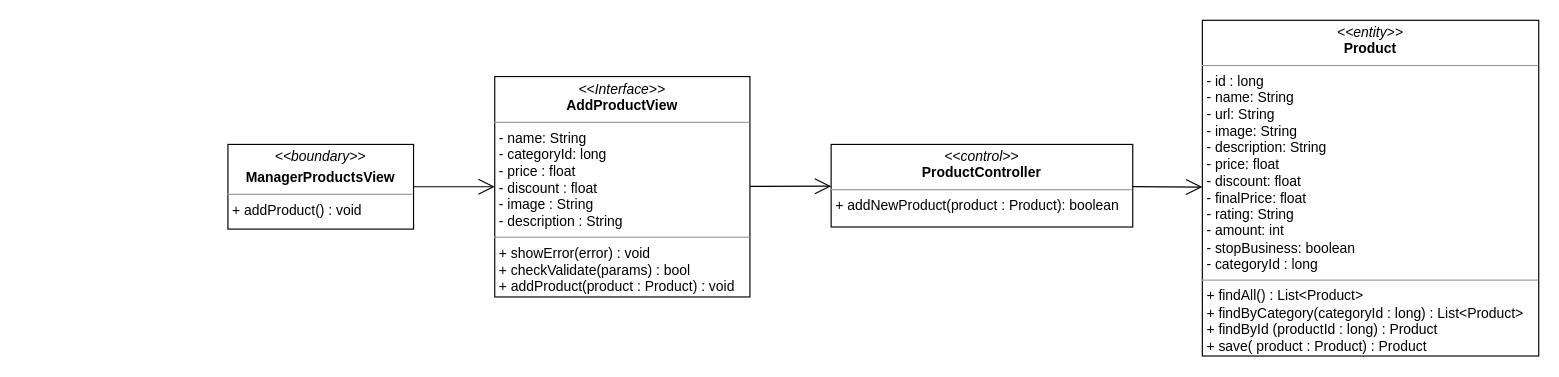
nguyenphamvan/datn_20202 keeps this draw.io diagram as class diagram/manager-add-product-class-diagram.drawio. Above is the earlier version. Source tidied: cells renumbered, new cells numbered last; positions are measured from the earlier drawing's top-left corner, leaving out a move shared by most shapes. Both pictures are drawn from the tidied source at 116%, with x=0, y=0 at pixel (227, 20).
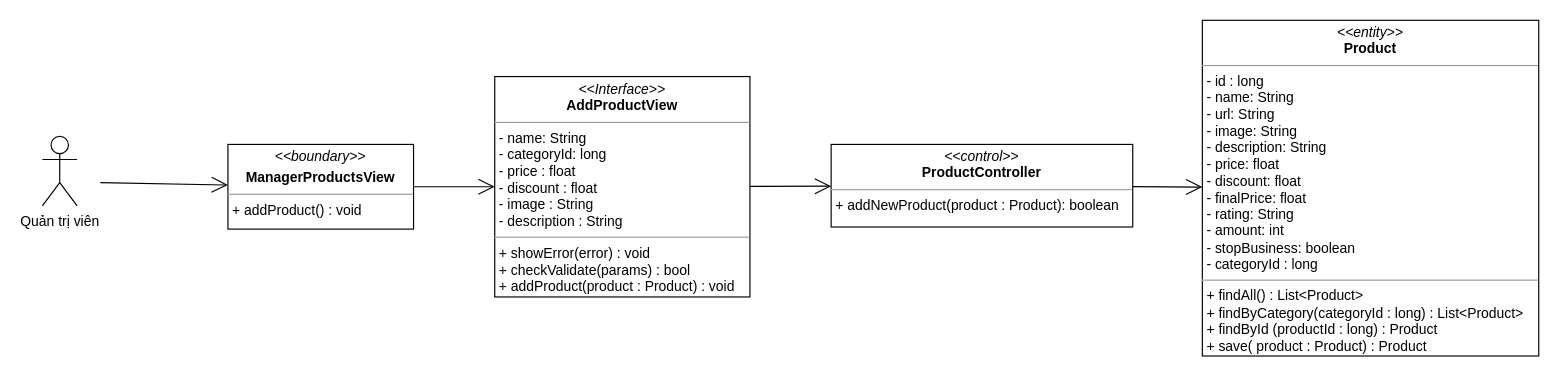
After the change.

Diff of the diagram source:
```diff
@@
 <mxGraphModel>
   <root>
     <mxCell id="0" />
     <mxCell id="1" parent="0" />
     <mxCell id="2" value="&lt;p style=&quot;margin: 0px ; margin-top: 4px ; text-align: center&quot;&gt;&lt;i&gt;&amp;lt;&amp;lt;boundary&amp;gt;&amp;gt;&lt;/i&gt;&lt;/p&gt;&lt;p style=&quot;margin: 0px ; margin-top: 4px ; text-align: center&quot;&gt;&lt;b&gt;ManagerProductsView&lt;/b&gt;&lt;/p&gt;&lt;hr size=&quot;1&quot;&gt;&lt;p style=&quot;margin: 0px ; margin-left: 4px&quot;&gt;&lt;span&gt;+ addProduct() : void&lt;/span&gt;&lt;/p&gt;" style="verticalAlign=top;align=left;overflow=fill;fontSize=12;fontFamily=Helvetica;html=1;" parent="1" vertex="1">
       <mxGeometry y="107" width="160" height="73" as="geometry" />
     </mxCell>
     <mxCell id="3" style="endArrow=open;endFill=1;endSize=12;html=1;exitX=1;exitY=0.5;exitDx=0;exitDy=0;" parent="1" edge="1" source="2" target="7">
       <mxGeometry relative="1" as="geometry" />
     </mxCell>
     <mxCell id="4" value="&lt;p style=&quot;margin: 0px ; margin-top: 4px ; text-align: center&quot;&gt;&lt;i&gt;&amp;lt;&amp;lt;control&amp;gt;&amp;gt;&lt;/i&gt;&lt;br&gt;&lt;b&gt;ProductController&lt;/b&gt;&lt;/p&gt;&lt;hr size=&quot;1&quot;&gt;&lt;p style=&quot;margin: 0px ; margin-left: 4px&quot;&gt;+ addNewProduct(product : Product): boolean&lt;br&gt;&lt;/p&gt;" style="verticalAlign=top;align=left;overflow=fill;fontSize=12;fontFamily=Helvetica;html=1;" parent="1" vertex="1">
       <mxGeometry x="520" y="107" width="260" height="71.2" as="geometry" />
     </mxCell>
     <mxCell id="5" value="&lt;p style=&quot;margin: 0px ; margin-top: 4px ; text-align: center&quot;&gt;&lt;i&gt;&amp;lt;&amp;lt;entity&amp;gt;&amp;gt;&lt;/i&gt;&lt;br&gt;&lt;b&gt;Product&lt;/b&gt;&lt;/p&gt;&lt;hr size=&quot;1&quot;&gt;&lt;p style=&quot;margin: 0px ; margin-left: 4px&quot;&gt;- id : long&lt;/p&gt;&lt;p style=&quot;margin: 0px ; margin-left: 4px&quot;&gt;- name: String&lt;br&gt;- url: String&lt;/p&gt;&lt;p style=&quot;margin: 0px ; margin-left: 4px&quot;&gt;- image: String&lt;/p&gt;&lt;p style=&quot;margin: 0px ; margin-left: 4px&quot;&gt;- description: String&lt;/p&gt;&lt;p style=&quot;margin: 0px ; margin-left: 4px&quot;&gt;- price: float&lt;/p&gt;&lt;p style=&quot;margin: 0px ; margin-left: 4px&quot;&gt;- discount: float&lt;/p&gt;&lt;p style=&quot;margin: 0px ; margin-left: 4px&quot;&gt;- finalPrice: float&lt;/p&gt;&lt;p style=&quot;margin: 0px ; margin-left: 4px&quot;&gt;- rating: String&lt;/p&gt;&lt;p style=&quot;margin: 0px ; margin-left: 4px&quot;&gt;- amount: int&lt;/p&gt;&lt;p style=&quot;margin: 0px ; margin-left: 4px&quot;&gt;- stopBusiness: boolean&lt;/p&gt;&lt;p style=&quot;margin: 0px ; margin-left: 4px&quot;&gt;- categoryId : long&lt;/p&gt;&lt;hr size=&quot;1&quot;&gt;&lt;p style=&quot;margin: 0px 0px 0px 4px&quot;&gt;+ findAll() : List&amp;lt;Product&amp;gt;&lt;/p&gt;&lt;p style=&quot;margin: 0px 0px 0px 4px&quot;&gt;+ findByCategory(categoryId : long) : List&amp;lt;Product&amp;gt;&lt;/p&gt;&lt;p style=&quot;margin: 0px 0px 0px 4px&quot;&gt;+ findById (productId : long) : Product&lt;/p&gt;&lt;p style=&quot;margin: 0px 0px 0px 4px&quot;&gt;+ save( product : Product) : Product&lt;/p&gt;" style="verticalAlign=top;align=left;overflow=fill;fontSize=12;fontFamily=Helvetica;html=1;" parent="1" vertex="1">
       <mxGeometry x="840" width="290" height="289.4" as="geometry" />
     </mxCell>
     <mxCell id="6" style="endArrow=open;endFill=1;endSize=12;html=1;" parent="1" edge="1" source="4" target="5">
       <mxGeometry relative="1" as="geometry" />
     </mxCell>
     <mxCell id="7" value="&lt;p style=&quot;margin: 0px ; margin-top: 4px ; text-align: center&quot;&gt;&lt;i&gt;&amp;lt;&amp;lt;Interface&amp;gt;&amp;gt;&lt;/i&gt;&lt;br&gt;&lt;b&gt;AddProductView&lt;/b&gt;&lt;/p&gt;&lt;hr size=&quot;1&quot;&gt;&lt;p style=&quot;margin: 0px ; margin-left: 4px&quot;&gt;- name: String&lt;br&gt;- categoryId: long&lt;/p&gt;&lt;p style=&quot;margin: 0px ; margin-left: 4px&quot;&gt;- price : float&lt;/p&gt;&lt;p style=&quot;margin: 0px ; margin-left: 4px&quot;&gt;- discount : float&lt;/p&gt;&lt;p style=&quot;margin: 0px ; margin-left: 4px&quot;&gt;- image : String&lt;/p&gt;&lt;p style=&quot;margin: 0px ; margin-left: 4px&quot;&gt;- description : String&lt;/p&gt;&lt;hr size=&quot;1&quot;&gt;&lt;p style=&quot;margin: 0px 0px 0px 4px&quot;&gt;+ showError(error) : void&lt;br&gt;&lt;/p&gt;&lt;p style=&quot;margin: 0px 0px 0px 4px&quot;&gt;+ checkValidate(params) : bool&lt;/p&gt;&lt;p style=&quot;margin: 0px 0px 0px 4px&quot;&gt;+ addProduct(product : Product) : void&lt;/p&gt;" style="verticalAlign=top;align=left;overflow=fill;fontSize=12;fontFamily=Helvetica;html=1;" parent="1" vertex="1">
       <mxGeometry x="230" y="48.5" width="220" height="190" as="geometry" />
     </mxCell>
     <mxCell id="8" style="endArrow=open;endFill=1;endSize=12;html=1;" parent="1" edge="1" source="7" target="4">
       <mxGeometry relative="1" as="geometry" />
     </mxCell>
+    <mxCell id="9" value="Quản trị viên" style="shape=umlActor;verticalLabelPosition=bottom;verticalAlign=top;html=1;" parent="1" vertex="1">
+      <mxGeometry x="-160" y="100" width="30" height="60" as="geometry" />
+    </mxCell>
+    <mxCell id="10" style="endArrow=open;endFill=1;endSize=12;html=1;" parent="1" edge="1" target="2">
+      <mxGeometry relative="1" as="geometry">
+        <mxPoint x="-110" y="140" as="sourcePoint" />
+      </mxGeometry>
+    </mxCell>
   </root>
 </mxGraphModel>
```
